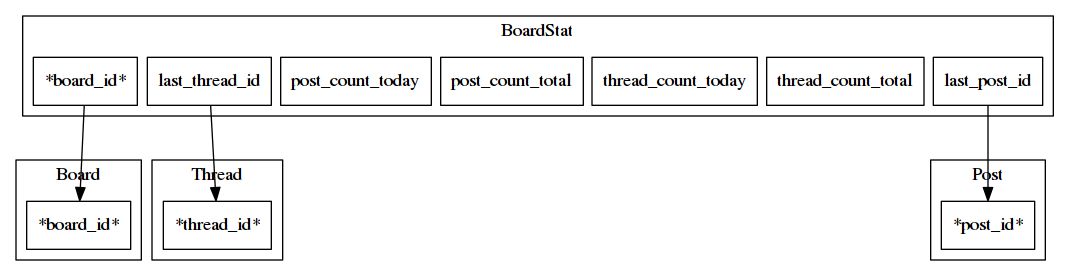
Before: pages/graph/erd/boardstats.png, a diagram exported from Graphviz (cc98-frontend-development/API). Its source is kept beside it as pages/graph/erd/boardstats.dot.
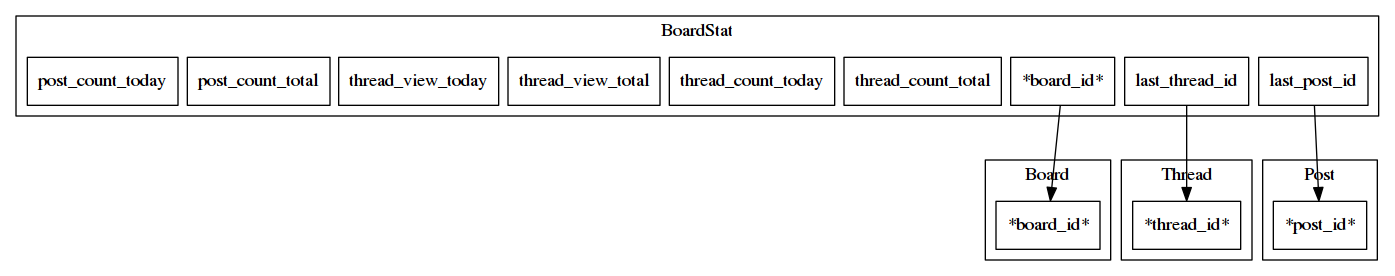
The same diagram one commit later.

Commit message:
update resources_stats_boards: count for view of thread

What changed in the source:
```diff
@@ -6,12 +6,14 @@
 	subgraph cluster_post_stat {
 		label = "BoardStat";
 		node_a_board_stat_board_id           [ label = "*board_id*" ];
+		node_a_board_stat_last_thread_id     [ label = "last_thread_id" ];
+		node_a_board_stat_last_post_id       [ label = "last_post_id" ];
 		node_a_board_stat_thread_count_total [ label = "thread_count_total" ];
 		node_a_board_stat_thread_count_today [ label = "thread_count_today" ];
+		node_a_board_stat_thread_view_total  [ label = "thread_view_total" ];
+		node_a_board_stat_thread_view_today  [ label = "thread_view_today" ];
 		node_a_board_stat_post_count_total   [ label = "post_count_total" ];
 		node_a_board_stat_post_count_today   [ label = "post_count_today" ];
-		node_a_board_stat_last_thread_id     [ label = "last_thread_id" ];
-		node_a_board_stat_last_post_id       [ label = "last_post_id" ];
 	}
 
 	subgraph cluster_board {
```
